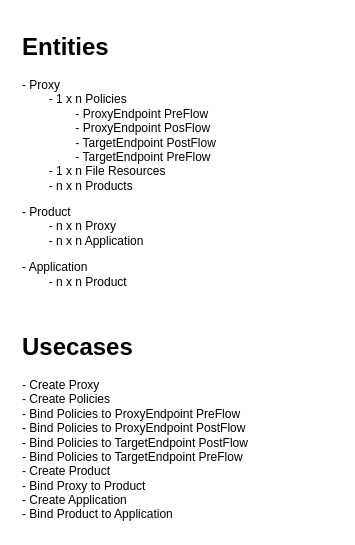
Earlier version of the draw.io diagram page "Backend" (1 of 5) of bunge.drawio (gabriel-rodrigues-f/sap-api-management-architectural-diagrams). Source tidied: cells renumbered, new cells numbered last; positions are measured from the earlier drawing's top-left corner, leaving out a move shared by most shapes. Both pictures are drawn from the tidied source at 100%, with x=0, y=0 at pixel (17, 27).
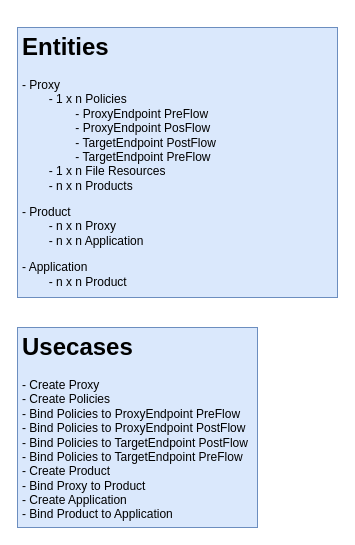
After the change.

What changed in the source:
```diff
@@
 <mxGraphModel>
   <root>
     <mxCell id="0" />
     <mxCell id="1" parent="0" />
-    <mxCell id="2" value="&lt;h1&gt;Entities&lt;/h1&gt;&lt;p&gt;- Proxy&lt;br&gt;&lt;span style=&quot;background-color: initial;&quot;&gt;&lt;span style=&quot;white-space: pre;&quot;&gt;&#9;&lt;/span&gt;- 1 x n Policies&lt;br&gt;&lt;/span&gt;&lt;span style=&quot;background-color: initial;&quot;&gt;&lt;span style=&quot;white-space: pre;&quot;&gt;&#9;&lt;/span&gt;&lt;span style=&quot;white-space: pre;&quot;&gt;&#9;&lt;/span&gt;- ProxyEndpoint PreFlow&lt;br&gt;&lt;/span&gt;&lt;span style=&quot;background-color: initial;&quot;&gt;&lt;span style=&quot;white-space: pre;&quot;&gt;&#9;&lt;/span&gt;&lt;span style=&quot;white-space: pre;&quot;&gt;&#9;&lt;/span&gt;- ProxyEndpoint PosFlow&lt;br&gt;&lt;/span&gt;&lt;span style=&quot;background-color: initial;&quot;&gt;&lt;span style=&quot;white-space: pre;&quot;&gt;&#9;&lt;/span&gt;&lt;span style=&quot;white-space: pre;&quot;&gt;&#9;&lt;/span&gt;- TargetEndpoint PostFlow&lt;br&gt;&lt;span style=&quot;white-space: pre;&quot;&gt;&#9;&lt;/span&gt;&lt;span style=&quot;white-space: pre;&quot;&gt;&#9;&lt;/span&gt;- TargetEndpoint PreFlow&lt;br&gt;&lt;/span&gt;&lt;span style=&quot;background-color: initial;&quot;&gt;&lt;span style=&quot;white-space: pre;&quot;&gt;&#9;&lt;/span&gt;- 1 x n File Resources&lt;br&gt;&lt;span style=&quot;white-space: pre;&quot;&gt;&#9;&lt;/span&gt;- n x n Products&lt;br&gt;&lt;/span&gt;&lt;/p&gt;&lt;p&gt;&lt;/p&gt;&lt;p&gt;&lt;span style=&quot;background-color: initial;&quot;&gt;- Product&lt;br&gt;&lt;span style=&quot;white-space: pre;&quot;&gt;&#9;&lt;/span&gt;- n x n Proxy&lt;br&gt;&lt;span style=&quot;white-space: pre;&quot;&gt;&#9;&lt;/span&gt;- n x n Application&lt;br&gt;&lt;/span&gt;&lt;/p&gt;&lt;p&gt;&lt;span style=&quot;background-color: initial;&quot;&gt;- Application&lt;br&gt;&lt;span style=&quot;white-space: pre;&quot;&gt;&#9;&lt;/span&gt;- n x n Product&lt;br&gt;&lt;/span&gt;&lt;/p&gt;" style="text;html=1;strokeColor=none;fillColor=none;spacing=5;spacingTop=-20;whiteSpace=wrap;overflow=hidden;rounded=0;" parent="1" vertex="1">
+    <mxCell id="2" value="&lt;h1&gt;Entities&lt;/h1&gt;&lt;p&gt;- Proxy&lt;br&gt;&lt;span style=&quot;background-color: initial;&quot;&gt;&lt;span style=&quot;white-space: pre;&quot;&gt;&#9;&lt;/span&gt;- 1 x n Policies&lt;br&gt;&lt;/span&gt;&lt;span style=&quot;background-color: initial;&quot;&gt;&lt;span style=&quot;white-space: pre;&quot;&gt;&#9;&lt;/span&gt;&lt;span style=&quot;white-space: pre;&quot;&gt;&#9;&lt;/span&gt;- ProxyEndpoint PreFlow&lt;br&gt;&lt;/span&gt;&lt;span style=&quot;background-color: initial;&quot;&gt;&lt;span style=&quot;white-space: pre;&quot;&gt;&#9;&lt;/span&gt;&lt;span style=&quot;white-space: pre;&quot;&gt;&#9;&lt;/span&gt;- ProxyEndpoint PosFlow&lt;br&gt;&lt;/span&gt;&lt;span style=&quot;background-color: initial;&quot;&gt;&lt;span style=&quot;white-space: pre;&quot;&gt;&#9;&lt;/span&gt;&lt;span style=&quot;white-space: pre;&quot;&gt;&#9;&lt;/span&gt;- TargetEndpoint PostFlow&lt;br&gt;&lt;span style=&quot;white-space: pre;&quot;&gt;&#9;&lt;/span&gt;&lt;span style=&quot;white-space: pre;&quot;&gt;&#9;&lt;/span&gt;- TargetEndpoint PreFlow&lt;br&gt;&lt;/span&gt;&lt;span style=&quot;background-color: initial;&quot;&gt;&lt;span style=&quot;white-space: pre;&quot;&gt;&#9;&lt;/span&gt;- 1 x n File Resources&lt;br&gt;&lt;span style=&quot;white-space: pre;&quot;&gt;&#9;&lt;/span&gt;- n x n Products&lt;br&gt;&lt;/span&gt;&lt;/p&gt;&lt;p&gt;&lt;/p&gt;&lt;p&gt;&lt;span style=&quot;background-color: initial;&quot;&gt;- Product&lt;br&gt;&lt;span style=&quot;white-space: pre;&quot;&gt;&#9;&lt;/span&gt;- n x n Proxy&lt;br&gt;&lt;span style=&quot;white-space: pre;&quot;&gt;&#9;&lt;/span&gt;- n x n Application&lt;br&gt;&lt;/span&gt;&lt;/p&gt;&lt;p&gt;&lt;span style=&quot;background-color: initial;&quot;&gt;- Application&lt;br&gt;&lt;span style=&quot;white-space: pre;&quot;&gt;&#9;&lt;/span&gt;- n x n Product&lt;br&gt;&lt;/span&gt;&lt;/p&gt;" style="text;html=1;strokeColor=#6c8ebf;fillColor=#dae8fc;spacing=5;spacingTop=-20;whiteSpace=wrap;overflow=hidden;rounded=0;" parent="1" vertex="1">
       <mxGeometry width="320" height="270" as="geometry" />
     </mxCell>
-    <mxCell id="3" value="&lt;h1&gt;Usecases&lt;/h1&gt;&lt;p&gt;- Create Proxy&lt;br&gt;&lt;span style=&quot;background-color: initial;&quot;&gt;- Create Policies&lt;br&gt;&lt;/span&gt;&lt;span style=&quot;background-color: initial;&quot;&gt;- Bind Policies to ProxyEndpoint PreFlow&lt;br&gt;&lt;/span&gt;&lt;span style=&quot;background-color: initial;&quot;&gt;- Bind Policies to ProxyEndpoint PostFlow&lt;br&gt;&lt;/span&gt;&lt;span style=&quot;background-color: initial;&quot;&gt;- Bind Policies to TargetEndpoint PostFlow&lt;br&gt;&lt;/span&gt;&lt;span style=&quot;background-color: initial;&quot;&gt;- Bind Policies to TargetEndpoint PreFlow&lt;br&gt;&lt;/span&gt;&lt;span style=&quot;background-color: initial;&quot;&gt;- Create Product&lt;br&gt;&lt;/span&gt;&lt;span style=&quot;background-color: initial;&quot;&gt;- Bind Proxy to Product&lt;br&gt;&lt;/span&gt;&lt;span style=&quot;background-color: initial;&quot;&gt;- Create Application&lt;br&gt;&lt;/span&gt;&lt;span style=&quot;background-color: initial;&quot;&gt;- Bind Product to Application&lt;/span&gt;&lt;/p&gt;" style="text;html=1;strokeColor=none;fillColor=none;spacing=5;spacingTop=-20;whiteSpace=wrap;overflow=hidden;rounded=0;" parent="1" vertex="1">
+    <mxCell id="3" value="&lt;h1&gt;Usecases&lt;/h1&gt;&lt;p&gt;- Create Proxy&lt;br&gt;&lt;span style=&quot;background-color: initial;&quot;&gt;- Create Policies&lt;br&gt;&lt;/span&gt;&lt;span style=&quot;background-color: initial;&quot;&gt;- Bind Policies to ProxyEndpoint PreFlow&lt;br&gt;&lt;/span&gt;&lt;span style=&quot;background-color: initial;&quot;&gt;- Bind Policies to ProxyEndpoint PostFlow&lt;br&gt;&lt;/span&gt;&lt;span style=&quot;background-color: initial;&quot;&gt;- Bind Policies to TargetEndpoint PostFlow&lt;br&gt;&lt;/span&gt;&lt;span style=&quot;background-color: initial;&quot;&gt;- Bind Policies to TargetEndpoint PreFlow&lt;br&gt;&lt;/span&gt;&lt;span style=&quot;background-color: initial;&quot;&gt;- Create Product&lt;br&gt;&lt;/span&gt;&lt;span style=&quot;background-color: initial;&quot;&gt;- Bind Proxy to Product&lt;br&gt;&lt;/span&gt;&lt;span style=&quot;background-color: initial;&quot;&gt;- Create Application&lt;br&gt;&lt;/span&gt;&lt;span style=&quot;background-color: initial;&quot;&gt;- Bind Product to Application&lt;/span&gt;&lt;/p&gt;" style="text;html=1;strokeColor=#6c8ebf;fillColor=#dae8fc;spacing=5;spacingTop=-20;whiteSpace=wrap;overflow=hidden;rounded=0;" parent="1" vertex="1">
       <mxGeometry y="300" width="240" height="200" as="geometry" />
     </mxCell>
   </root>
 </mxGraphModel>
```
